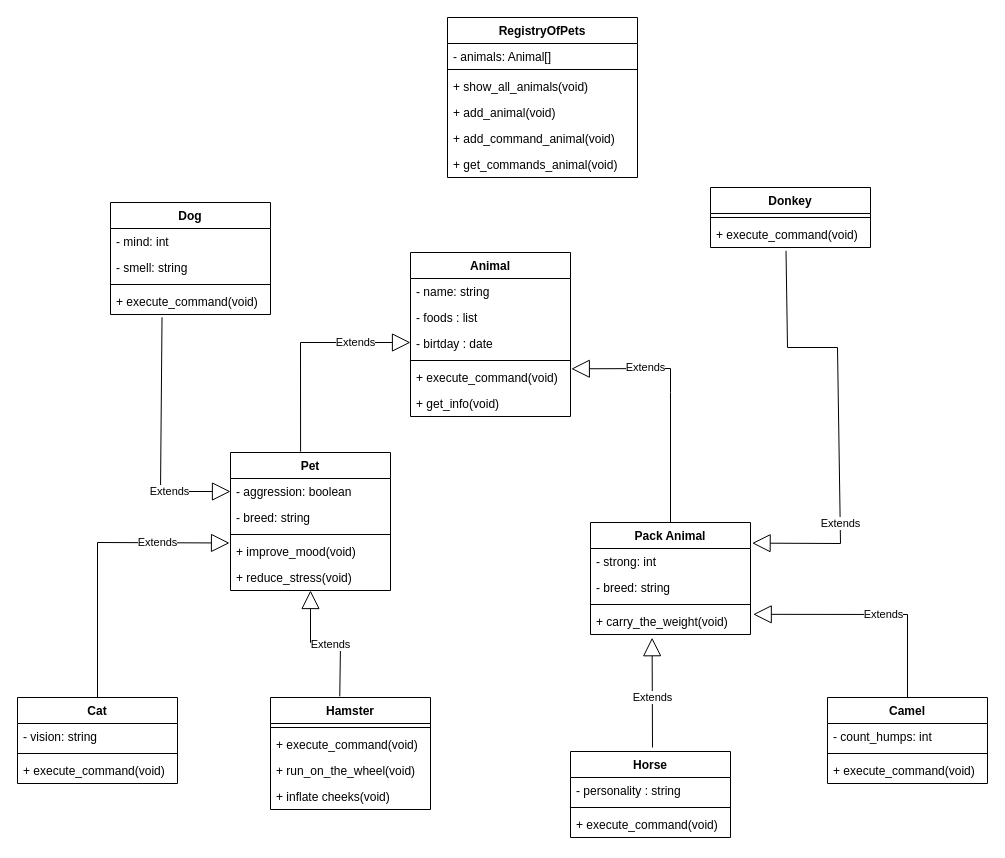
Above: diagram_human_friends.drawio in jshuckbot/certification_of_the_second_module (draw.io), before the change. Source tidied: cells renumbered, new cells numbered last; positions are measured from the earlier drawing's top-left corner, leaving out a move shared by most shapes. Both pictures are drawn from the tidied source at 100%, with x=0, y=0 at pixel (17, 17).
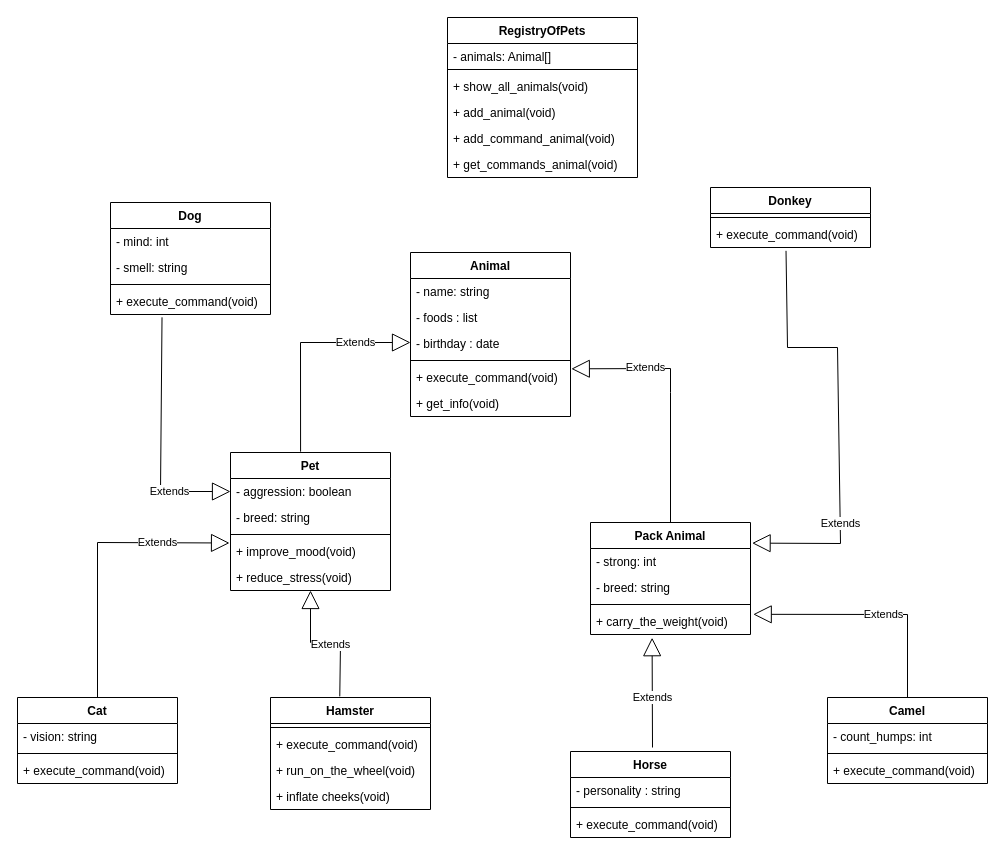
Above is the later version.

Unchanged cells that the change refers to:
```xml
<mxCell id="7" value="Animal" style="swimlane;fontStyle=1;align=center;verticalAlign=top;horizontal=1;startSize=26;" parent="1" vertex="1">
  <mxGeometry x="393" y="235" width="160" height="164" as="geometry" />
</mxCell>
```

Diff of the diagram source:
```diff
@@
-    <mxCell id="10" value="- birtday : date" style="text;strokeColor=none;fillColor=none;align=left;verticalAlign=top;spacingLeft=4;spacingRight=4;overflow=hidden;" parent="7" vertex="1">
+    <mxCell id="10" value="- birthday : date" style="text;strokeColor=none;fillColor=none;align=left;verticalAlign=top;spacingLeft=4;spacingRight=4;overflow=hidden;" parent="7" vertex="1">
       <mxGeometry y="78" width="160" height="26" as="geometry" />
     </mxCell>
```
